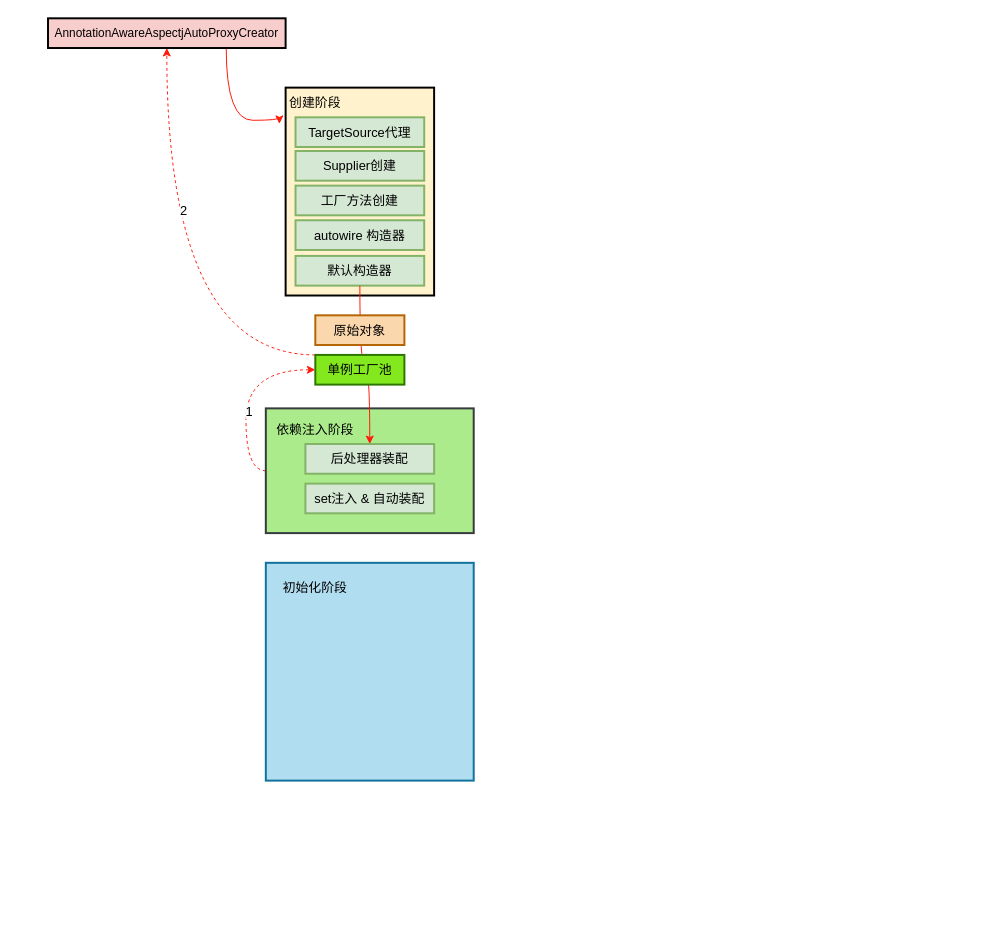
wqif/drawio-folder keeps this draw.io diagram as Spring/Spring Bean生命周期.drawio. Above is the earlier version. Source tidied: cells renumbered, new cells numbered last; positions are measured from the earlier drawing's top-left corner, leaving out a move shared by most shapes. Both pictures are drawn from the tidied source at 99%, with x=0, y=0 at pixel (48, 18).
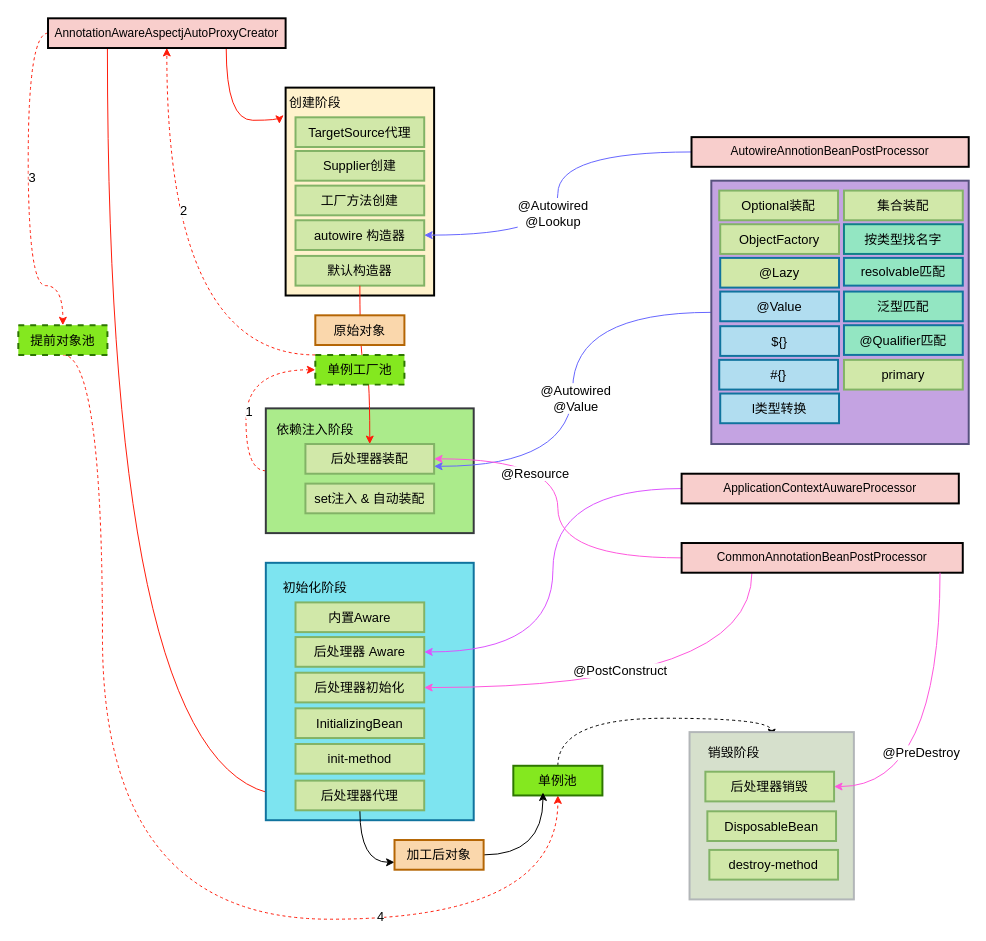
After the change.

Commit message (it also covers changes not shown here):
更新Spring Bean生命周期.drawio

Unchanged cells that the change refers to:
```xml
<mxCell id="7" value="AnnotationAwareAspectjAutoProxyCreator" style="rounded=0;whiteSpace=wrap;html=1;strokeColor=#000000;fillColor=#f8cecc;strokeWidth=2;" parent="1" vertex="1">
  <mxGeometry width="240" height="30" as="geometry" />
</mxCell>
```

The edit, as a diff of the source:
```diff
@@
+    <mxCell id="24" style="edgeStyle=orthogonalEdgeStyle;curved=1;rounded=0;jettySize=auto;html=1;exitX=0;exitY=0.5;exitDx=0;exitDy=0;entryX=0.5;entryY=0;entryDx=0;entryDy=0;dashed=1;strokeColor=#FF1B0A;fontSize=13;fontColor=#000000;" parent="1" edge="1" source="7" target="36">
+      <mxGeometry relative="1" as="geometry">
+        <Array as="points">
+          <mxPoint x="-20" y="15" />
+          <mxPoint x="-20" y="270" />
+          <mxPoint x="15" y="270" />
+        </Array>
+      </mxGeometry>
+    </mxCell>
+    <mxCell id="25" value="3" style="edgeLabel;html=1;align=center;verticalAlign=middle;fontSize=13;fontColor=#000000;" parent="24" vertex="1">
+      <mxGeometry x="-0.06" y="3" relative="1" as="geometry" />
+    </mxCell>
+    <mxCell id="26" style="edgeStyle=orthogonalEdgeStyle;curved=1;rounded=0;jettySize=auto;html=1;exitX=0.25;exitY=1;exitDx=0;exitDy=0;entryX=0;entryY=0.5;entryDx=0;entryDy=0;strokeColor=#FF1B0A;fontSize=13;fontColor=#000000;" parent="1" edge="1" source="7" target="33">
+      <mxGeometry relative="1" as="geometry" />
+    </mxCell>
@@
-    <mxCell id="9" value="&lt;font style=&quot;font-size: 13px;&quot;&gt;TargetSource代理&lt;/font&gt;" style="rounded=0;whiteSpace=wrap;html=1;strokeColor=#82b366;strokeWidth=2;fillColor=#d5e8d4;" parent="1" vertex="1">
+    <mxCell id="9" value="&lt;font style=&quot;font-size: 13px;&quot;&gt;TargetSource代理&lt;/font&gt;" style="rounded=0;whiteSpace=wrap;html=1;strokeColor=#82b366;strokeWidth=2;fillColor=#D1E8A9;" parent="1" vertex="1">
       <mxGeometry x="250" y="100" width="130" height="30" as="geometry" />
     </mxCell>
-    <mxCell id="10" value="&lt;font style=&quot;font-size: 13px;&quot;&gt;Supplier创建&lt;/font&gt;" style="rounded=0;whiteSpace=wrap;html=1;strokeColor=#82b366;strokeWidth=2;fillColor=#d5e8d4;" parent="1" vertex="1">
+    <mxCell id="10" value="&lt;font style=&quot;font-size: 13px;&quot;&gt;Supplier创建&lt;/font&gt;" style="rounded=0;whiteSpace=wrap;html=1;strokeColor=#82b366;strokeWidth=2;fillColor=#D1E8A9;" parent="1" vertex="1">
       <mxGeometry x="250" y="134" width="130" height="30" as="geometry" />
     </mxCell>
-    <mxCell id="11" value="&lt;font style=&quot;font-size: 13px;&quot;&gt;工厂方法创建&lt;/font&gt;" style="rounded=0;whiteSpace=wrap;html=1;strokeColor=#82b366;strokeWidth=2;fillColor=#d5e8d4;" parent="1" vertex="1">
+    <mxCell id="11" value="&lt;font style=&quot;font-size: 13px;&quot;&gt;工厂方法创建&lt;/font&gt;" style="rounded=0;whiteSpace=wrap;html=1;strokeColor=#82b366;strokeWidth=2;fillColor=#D1E8A9;" parent="1" vertex="1">
       <mxGeometry x="250" y="169" width="130" height="30" as="geometry" />
     </mxCell>
-    <mxCell id="12" value="&lt;font style=&quot;font-size: 13px;&quot;&gt;autowire 构造器&lt;/font&gt;" style="rounded=0;whiteSpace=wrap;html=1;strokeColor=#82b366;strokeWidth=2;fillColor=#d5e8d4;" parent="1" vertex="1">
+    <mxCell id="12" value="&lt;font style=&quot;font-size: 13px;&quot;&gt;autowire 构造器&lt;/font&gt;" style="rounded=0;whiteSpace=wrap;html=1;strokeColor=#82b366;strokeWidth=2;fillColor=#D1E8A9;" parent="1" vertex="1">
       <mxGeometry x="250" y="204" width="130" height="30" as="geometry" />
     </mxCell>
-    <mxCell id="13" value="&lt;font style=&quot;font-size: 13px;&quot;&gt;默认构造器&lt;/font&gt;" style="rounded=0;whiteSpace=wrap;html=1;strokeColor=#82b366;strokeWidth=2;fillColor=#d5e8d4;" parent="1" vertex="1">
+    <mxCell id="13" value="&lt;font style=&quot;font-size: 13px;&quot;&gt;默认构造器&lt;/font&gt;" style="rounded=0;whiteSpace=wrap;html=1;strokeColor=#82b366;strokeWidth=2;fillColor=#D1E8A9;" parent="1" vertex="1">
       <mxGeometry x="250" y="240" width="130" height="30" as="geometry" />
     </mxCell>
@@
-    <mxCell id="18" value="&lt;font color=&quot;#000000&quot;&gt;单例工厂池&lt;/font&gt;" style="rounded=0;whiteSpace=wrap;html=1;strokeColor=#2D7600;strokeWidth=2;fontSize=13;fillColor=#84E81F;fontColor=#ffffff;" parent="1" vertex="1">
+    <mxCell id="18" value="&lt;font color=&quot;#000000&quot;&gt;单例工厂池&lt;/font&gt;" style="rounded=0;whiteSpace=wrap;html=1;strokeColor=#2D7600;strokeWidth=2;fontSize=13;fillColor=#84E81F;fontColor=#ffffff;dashed=1;" parent="1" vertex="1">
       <mxGeometry x="270" y="340" width="90" height="30" as="geometry" />
     </mxCell>
@@
-    <mxCell id="20" value="&lt;font style=&quot;font-size: 13px;&quot;&gt;后处理器装配&lt;/font&gt;" style="rounded=0;whiteSpace=wrap;html=1;strokeColor=#82b366;strokeWidth=2;fillColor=#d5e8d4;" parent="1" vertex="1">
+    <mxCell id="20" value="&lt;font style=&quot;font-size: 13px;&quot;&gt;后处理器装配&lt;/font&gt;" style="rounded=0;whiteSpace=wrap;html=1;strokeColor=#82b366;strokeWidth=2;fillColor=#D1E8A9;" parent="1" vertex="1">
       <mxGeometry x="260" y="430" width="130" height="30" as="geometry" />
     </mxCell>
-    <mxCell id="21" value="&lt;font style=&quot;font-size: 13px;&quot;&gt;set注入 &amp;amp; 自动装配&lt;/font&gt;" style="rounded=0;whiteSpace=wrap;html=1;strokeColor=#82b366;strokeWidth=2;fillColor=#d5e8d4;" parent="1" vertex="1">
+    <mxCell id="21" value="&lt;font style=&quot;font-size: 13px;&quot;&gt;set注入 &amp;amp; 自动装配&lt;/font&gt;" style="rounded=0;whiteSpace=wrap;html=1;strokeColor=#82b366;strokeWidth=2;fillColor=#D1E8A9;" parent="1" vertex="1">
       <mxGeometry x="260" y="470" width="130" height="30" as="geometry" />
     </mxCell>
-    <mxCell id="22" style="rounded=0;whiteSpace=wrap;html=1;strokeColor=#10739e;strokeWidth=2;fontSize=13;fillColor=#b1ddf0;" parent="1" vertex="1">
-      <mxGeometry x="220" y="550" width="210" height="220" as="geometry" />
+    <mxCell id="22" style="rounded=0;whiteSpace=wrap;html=1;strokeColor=#10739e;strokeWidth=2;fontSize=13;fillColor=#7DE4F0;" parent="1" vertex="1">
+      <mxGeometry x="220" y="550" width="210" height="260" as="geometry" />
     </mxCell>
@@
+    <mxCell id="27" value="&lt;font style=&quot;font-size: 13px;&quot;&gt;内置Aware&lt;/font&gt;" style="rounded=0;whiteSpace=wrap;html=1;strokeColor=#82b366;strokeWidth=2;fillColor=#D1E8A9;" parent="1" vertex="1">
+      <mxGeometry x="250" y="590" width="130" height="30" as="geometry" />
+    </mxCell>
+    <mxCell id="28" value="&lt;font style=&quot;font-size: 13px;&quot;&gt;后处理器 Aware&lt;/font&gt;" style="rounded=0;whiteSpace=wrap;html=1;strokeColor=#82b366;strokeWidth=2;fillColor=#D1E8A9;" parent="1" vertex="1">
+      <mxGeometry x="250" y="625" width="130" height="30" as="geometry" />
+    </mxCell>
+    <mxCell id="29" value="&lt;font style=&quot;font-size: 13px;&quot;&gt;后处理器初始化&lt;/font&gt;" style="rounded=0;whiteSpace=wrap;html=1;strokeColor=#82b366;strokeWidth=2;fillColor=#D1E8A9;" parent="1" vertex="1">
+      <mxGeometry x="250" y="661" width="130" height="30" as="geometry" />
+    </mxCell>
+    <mxCell id="30" value="&lt;font style=&quot;font-size: 13px;&quot;&gt;InitializingBean&lt;/font&gt;" style="rounded=0;whiteSpace=wrap;html=1;strokeColor=#82b366;strokeWidth=2;fillColor=#D1E8A9;" parent="1" vertex="1">
+      <mxGeometry x="250" y="697" width="130" height="30" as="geometry" />
+    </mxCell>
+    <mxCell id="31" value="&lt;font style=&quot;font-size: 13px;&quot;&gt;init-method&lt;/font&gt;" style="rounded=0;whiteSpace=wrap;html=1;strokeColor=#82b366;strokeWidth=2;fillColor=#D1E8A9;" parent="1" vertex="1">
+      <mxGeometry x="250" y="733" width="130" height="30" as="geometry" />
+    </mxCell>
+    <mxCell id="32" style="edgeStyle=orthogonalEdgeStyle;curved=1;rounded=0;jettySize=auto;html=1;exitX=0.5;exitY=1;exitDx=0;exitDy=0;entryX=0;entryY=0.75;entryDx=0;entryDy=0;strokeColor=#000000;fontSize=13;fontColor=#000000;" parent="1" edge="1" source="33" target="40">
+      <mxGeometry relative="1" as="geometry" />
+    </mxCell>
+    <mxCell id="33" value="&lt;font style=&quot;font-size: 13px;&quot;&gt;后处理器代理&lt;/font&gt;" style="rounded=0;whiteSpace=wrap;html=1;strokeColor=#82b366;strokeWidth=2;fillColor=#D1E8A9;" parent="1" vertex="1">
+      <mxGeometry x="250" y="770" width="130" height="30" as="geometry" />
+    </mxCell>
+    <mxCell id="34" style="edgeStyle=orthogonalEdgeStyle;curved=1;rounded=0;jettySize=auto;html=1;exitX=0.5;exitY=1;exitDx=0;exitDy=0;entryX=0.5;entryY=1;entryDx=0;entryDy=0;dashed=1;strokeColor=#FF1B0A;fontSize=13;fontColor=#000000;" parent="1" edge="1" source="36" target="38">
+      <mxGeometry relative="1" as="geometry">
+        <Array as="points">
+          <mxPoint x="55" y="340" />
+          <mxPoint x="55" y="910" />
+          <mxPoint x="515" y="910" />
+        </Array>
+      </mxGeometry>
+    </mxCell>
+    <mxCell id="35" value="4" style="edgeLabel;html=1;align=center;verticalAlign=middle;fontSize=13;fontColor=#000000;" parent="34" vertex="1">
+      <mxGeometry x="0.49" y="4" relative="1" as="geometry" />
+    </mxCell>
+    <mxCell id="36" value="&lt;font color=&quot;#000000&quot;&gt;提前对象池&lt;/font&gt;" style="rounded=0;whiteSpace=wrap;html=1;strokeColor=#2D7600;strokeWidth=2;fontSize=13;fillColor=#84E81F;fontColor=#ffffff;dashed=1;" parent="1" vertex="1">
+      <mxGeometry x="-30" y="310" width="90" height="30" as="geometry" />
+    </mxCell>
+    <mxCell id="37" style="edgeStyle=orthogonalEdgeStyle;curved=1;rounded=0;jettySize=auto;html=1;exitX=0.5;exitY=0;exitDx=0;exitDy=0;entryX=0.922;entryY=-0.033;entryDx=0;entryDy=0;entryPerimeter=0;strokeColor=#000000;fontSize=13;fontColor=#000000;dashed=1;" parent="1" edge="1" source="38" target="70">
+      <mxGeometry relative="1" as="geometry" />
+    </mxCell>
+    <mxCell id="38" value="&lt;font color=&quot;#000000&quot;&gt;单例池&lt;/font&gt;" style="rounded=0;whiteSpace=wrap;html=1;strokeColor=#2D7600;strokeWidth=2;fontSize=13;fillColor=#84E81F;fontColor=#ffffff;" parent="1" vertex="1">
+      <mxGeometry x="470" y="755" width="90" height="30" as="geometry" />
+    </mxCell>
+    <mxCell id="39" style="edgeStyle=orthogonalEdgeStyle;curved=1;rounded=0;jettySize=auto;html=1;exitX=1;exitY=0.5;exitDx=0;exitDy=0;entryX=0.333;entryY=0.9;entryDx=0;entryDy=0;entryPerimeter=0;strokeColor=#000000;fontSize=13;fontColor=#000000;" parent="1" edge="1" source="40" target="38">
+      <mxGeometry relative="1" as="geometry" />
+    </mxCell>
+    <mxCell id="40" value="加工后对象" style="rounded=0;whiteSpace=wrap;html=1;strokeColor=#b46504;strokeWidth=2;fontSize=13;fillColor=#fad7ac;" parent="1" vertex="1">
+      <mxGeometry x="350" y="830" width="90" height="30" as="geometry" />
+    </mxCell>
+    <mxCell id="41" style="edgeStyle=orthogonalEdgeStyle;curved=1;rounded=0;jettySize=auto;html=1;exitX=0;exitY=0.5;exitDx=0;exitDy=0;entryX=1;entryY=0.5;entryDx=0;entryDy=0;strokeColor=#6666FF;fontSize=13;fontColor=#000000;" parent="1" edge="1" source="43" target="12">
+      <mxGeometry relative="1" as="geometry" />
+    </mxCell>
+    <mxCell id="42" value="@Autowired&lt;br&gt;@Lookup" style="edgeLabel;html=1;align=center;verticalAlign=middle;fontSize=13;fontColor=#000000;" parent="41" vertex="1">
+      <mxGeometry x="0.11" y="-6" relative="1" as="geometry" />
+    </mxCell>
+    <mxCell id="43" value="AutowireAnnotionBeanPostProcessor" style="rounded=0;whiteSpace=wrap;html=1;strokeColor=#000000;fillColor=#f8cecc;strokeWidth=2;" parent="1" vertex="1">
+      <mxGeometry x="650" y="120" width="280" height="30" as="geometry" />
+    </mxCell>
+    <mxCell id="44" style="edgeStyle=orthogonalEdgeStyle;curved=1;rounded=0;jettySize=auto;html=1;entryX=1;entryY=0.75;entryDx=0;entryDy=0;strokeColor=#6666FF;fontSize=13;fontColor=#000000;" parent="1" edge="1" source="47" target="20">
+      <mxGeometry relative="1" as="geometry" />
+    </mxCell>
+    <mxCell id="45" style="edgeLabel;html=1;align=center;verticalAlign=middle;fontSize=13;fontColor=#000000;" parent="44" vertex="1">
+      <mxGeometry x="0.07" y="2" relative="1" as="geometry" />
+    </mxCell>
+    <mxCell id="46" value="@Autowired&lt;br&gt;@Value" style="edgeLabel;html=1;align=center;verticalAlign=middle;fontSize=13;fontColor=#000000;" parent="44" vertex="1">
+      <mxGeometry x="0.04" y="2" relative="1" as="geometry" />
+    </mxCell>
+    <mxCell id="47" style="rounded=0;whiteSpace=wrap;html=1;strokeColor=#56517e;strokeWidth=2;fontSize=13;fillColor=#C4A3E2;" parent="1" vertex="1">
+      <mxGeometry x="670" y="164" width="260" height="266" as="geometry" />
+    </mxCell>
+    <mxCell id="48" value="&lt;font style=&quot;font-size: 13px;&quot;&gt;Optional装配&lt;/font&gt;" style="rounded=0;whiteSpace=wrap;html=1;strokeColor=#82b366;strokeWidth=2;fillColor=#D1E8A9;" parent="1" vertex="1">
+      <mxGeometry x="678" y="174" width="120" height="30" as="geometry" />
+    </mxCell>
+    <mxCell id="49" value="&lt;span style=&quot;font-size: 13px;&quot;&gt;集合装配&lt;/span&gt;" style="rounded=0;whiteSpace=wrap;html=1;strokeColor=#82b366;strokeWidth=2;fillColor=#D1E8A9;" parent="1" vertex="1">
+      <mxGeometry x="804" y="174" width="120" height="30" as="geometry" />
+    </mxCell>
+    <mxCell id="50" value="&lt;font style=&quot;font-size: 13px;&quot;&gt;ObjectFactory&lt;/font&gt;" style="rounded=0;whiteSpace=wrap;html=1;strokeColor=#82b366;strokeWidth=2;fillColor=#D1E8A9;" parent="1" vertex="1">
+      <mxGeometry x="679" y="208" width="120" height="30" as="geometry" />
+    </mxCell>
+    <mxCell id="51" value="&lt;font style=&quot;font-size: 13px;&quot;&gt;按类型找名字&lt;/font&gt;" style="rounded=0;whiteSpace=wrap;html=1;strokeColor=#0e8088;strokeWidth=2;fillColor=#93E6C2;" parent="1" vertex="1">
+      <mxGeometry x="804" y="208" width="120" height="30" as="geometry" />
+    </mxCell>
+    <mxCell id="52" value="&lt;font style=&quot;font-size: 13px;&quot;&gt;@Lazy&lt;/font&gt;" style="rounded=0;whiteSpace=wrap;html=1;strokeColor=#10739e;strokeWidth=2;fillColor=#D1E8A9;" parent="1" vertex="1">
+      <mxGeometry x="679" y="242" width="120" height="30" as="geometry" />
+    </mxCell>
+    <mxCell id="53" value="&lt;font style=&quot;font-size: 13px;&quot;&gt;@Value&lt;/font&gt;" style="rounded=0;whiteSpace=wrap;html=1;strokeColor=#10739e;strokeWidth=2;fillColor=#b1ddf0;" parent="1" vertex="1">
+      <mxGeometry x="679" y="276" width="120" height="30" as="geometry" />
+    </mxCell>
+    <mxCell id="54" value="&lt;font style=&quot;font-size: 13px;&quot;&gt;${}&lt;/font&gt;" style="rounded=0;whiteSpace=wrap;html=1;strokeColor=#10739e;strokeWidth=2;fillColor=#b1ddf0;" parent="1" vertex="1">
+      <mxGeometry x="679" y="311" width="120" height="30" as="geometry" />
+    </mxCell>
+    <mxCell id="55" value="&lt;font style=&quot;font-size: 13px;&quot;&gt;#{}&lt;/font&gt;" style="rounded=0;whiteSpace=wrap;html=1;strokeColor=#10739e;strokeWidth=2;fillColor=#b1ddf0;" parent="1" vertex="1">
+      <mxGeometry x="678" y="345" width="120" height="30" as="geometry" />
+    </mxCell>
+    <mxCell id="56" value="&lt;font style=&quot;font-size: 13px;&quot;&gt;resolvable匹配&lt;/font&gt;" style="rounded=0;whiteSpace=wrap;html=1;strokeColor=#10739e;strokeWidth=2;fillColor=#93E6C2;" parent="1" vertex="1">
+      <mxGeometry x="804" y="242" width="120" height="28" as="geometry" />
+    </mxCell>
+    <mxCell id="57" value="&lt;font style=&quot;font-size: 13px;&quot;&gt;泛型匹配&lt;/font&gt;" style="rounded=0;whiteSpace=wrap;html=1;strokeColor=#10739e;strokeWidth=2;fillColor=#93E6C2;" parent="1" vertex="1">
+      <mxGeometry x="804" y="276" width="120" height="30" as="geometry" />
+    </mxCell>
+    <mxCell id="58" value="&lt;font style=&quot;font-size: 13px;&quot;&gt;@Qualifier匹配&lt;/font&gt;" style="rounded=0;whiteSpace=wrap;html=1;strokeColor=#10739e;strokeWidth=2;fillColor=#93E6C2;" parent="1" vertex="1">
+      <mxGeometry x="804" y="310" width="120" height="30" as="geometry" />
+    </mxCell>
+    <mxCell id="59" value="&lt;font style=&quot;font-size: 13px;&quot;&gt;l类型转换&lt;/font&gt;" style="rounded=0;whiteSpace=wrap;html=1;strokeColor=#10739e;strokeWidth=2;fillColor=#b1ddf0;" parent="1" vertex="1">
+      <mxGeometry x="679" y="379" width="120" height="30" as="geometry" />
+    </mxCell>
+    <mxCell id="60" value="&lt;font style=&quot;font-size: 13px;&quot;&gt;primary&lt;/font&gt;" style="rounded=0;whiteSpace=wrap;html=1;strokeColor=#82b366;strokeWidth=2;fillColor=#D1E8A9;" parent="1" vertex="1">
+      <mxGeometry x="804" y="345" width="120" height="30" as="geometry" />
+    </mxCell>
+    <mxCell id="61" style="edgeStyle=orthogonalEdgeStyle;curved=1;rounded=0;jettySize=auto;html=1;exitX=0;exitY=0.5;exitDx=0;exitDy=0;entryX=1;entryY=0.5;entryDx=0;entryDy=0;strokeColor=#DC52FF;fontSize=13;fontColor=#000000;" parent="1" edge="1" source="62" target="28">
+      <mxGeometry relative="1" as="geometry" />
+    </mxCell>
+    <mxCell id="62" value="ApplicationContextAuwareProcessor" style="rounded=0;whiteSpace=wrap;html=1;strokeColor=#000000;fillColor=#f8cecc;strokeWidth=2;" parent="1" vertex="1">
+      <mxGeometry x="640" y="460" width="280" height="30" as="geometry" />
+    </mxCell>
+    <mxCell id="63" style="edgeStyle=orthogonalEdgeStyle;curved=1;rounded=0;jettySize=auto;html=1;exitX=0;exitY=0.5;exitDx=0;exitDy=0;entryX=1;entryY=0.5;entryDx=0;entryDy=0;strokeColor=#FF57DD;fontSize=13;fontColor=#000000;" parent="1" edge="1" source="68" target="20">
+      <mxGeometry relative="1" as="geometry" />
+    </mxCell>
+    <mxCell id="64" style="edgeLabel;html=1;align=center;verticalAlign=middle;fontSize=13;fontColor=#000000;" parent="63" vertex="1">
+      <mxGeometry x="0.41" y="17" relative="1" as="geometry" />
+    </mxCell>
+    <mxCell id="65" value="@Resource" style="edgeLabel;html=1;align=center;verticalAlign=middle;fontSize=13;fontColor=#000000;" parent="63" vertex="1">
+      <mxGeometry x="0.42" y="14" relative="1" as="geometry" />
+    </mxCell>
+    <mxCell id="66" style="edgeStyle=orthogonalEdgeStyle;curved=1;rounded=0;jettySize=auto;html=1;exitX=0.25;exitY=1;exitDx=0;exitDy=0;entryX=1;entryY=0.5;entryDx=0;entryDy=0;strokeColor=#FF57DD;fontSize=13;fontColor=#000000;" parent="1" edge="1" source="68" target="29">
+      <mxGeometry relative="1" as="geometry" />
+    </mxCell>
+    <mxCell id="67" value="@PostConstruct" style="edgeLabel;html=1;align=center;verticalAlign=middle;fontSize=13;fontColor=#000000;" parent="66" vertex="1">
+      <mxGeometry x="0.12" y="-18" relative="1" as="geometry" />
+    </mxCell>
+    <mxCell id="68" value="CommonAnnotationBeanPostProcessor" style="rounded=0;whiteSpace=wrap;html=1;strokeColor=#000000;fillColor=#f8cecc;strokeWidth=2;" parent="1" vertex="1">
+      <mxGeometry x="640" y="530" width="284" height="30" as="geometry" />
+    </mxCell>
+    <mxCell id="69" style="rounded=0;whiteSpace=wrap;html=1;strokeColor=#B2B6B8;strokeWidth=2;fontSize=13;fillColor=#D6E0CC;" parent="1" vertex="1">
+      <mxGeometry x="648" y="721" width="166" height="169" as="geometry" />
+    </mxCell>
+    <mxCell id="70" value="销毁阶段" style="text;html=1;strokeColor=none;fillColor=none;align=center;verticalAlign=middle;whiteSpace=wrap;rounded=0;strokeWidth=2;fontSize=13;" parent="1" vertex="1">
+      <mxGeometry x="648" y="727" width="90" height="30" as="geometry" />
+    </mxCell>
+    <mxCell id="71" value="&lt;font style=&quot;font-size: 13px;&quot;&gt;后处理器销毁&lt;/font&gt;" style="rounded=0;whiteSpace=wrap;html=1;strokeColor=#82b366;strokeWidth=2;fillColor=#D1E8A9;" parent="1" vertex="1">
+      <mxGeometry x="664" y="761" width="130" height="30" as="geometry" />
+    </mxCell>
+    <mxCell id="72" value="&lt;font style=&quot;font-size: 13px;&quot;&gt;DisposableBean&lt;/font&gt;" style="rounded=0;whiteSpace=wrap;html=1;strokeColor=#82b366;strokeWidth=2;fillColor=#D1E8A9;" parent="1" vertex="1">
+      <mxGeometry x="666" y="801" width="130" height="30" as="geometry" />
+    </mxCell>
+    <mxCell id="73" value="&lt;font style=&quot;font-size: 13px;&quot;&gt;destroy-method&lt;/font&gt;" style="rounded=0;whiteSpace=wrap;html=1;strokeColor=#82b366;strokeWidth=2;fillColor=#D1E8A9;" parent="1" vertex="1">
+      <mxGeometry x="668" y="840" width="130" height="30" as="geometry" />
+    </mxCell>
+    <mxCell id="74" style="edgeStyle=orthogonalEdgeStyle;curved=1;rounded=0;jettySize=auto;html=1;exitX=0.919;exitY=1;exitDx=0;exitDy=0;entryX=1;entryY=0.5;entryDx=0;entryDy=0;strokeColor=#FF57DD;fontSize=13;fontColor=#000000;exitPerimeter=0;" parent="1" edge="1" source="68" target="71">
+      <mxGeometry relative="1" as="geometry" />
+    </mxCell>
+    <mxCell id="75" value="@PreDestroy" style="edgeLabel;html=1;align=center;verticalAlign=middle;fontSize=13;fontColor=#000000;" parent="74" vertex="1">
+      <mxGeometry x="0.12" y="-18" relative="1" as="geometry">
+        <mxPoint x="-1" as="offset" />
+      </mxGeometry>
+    </mxCell>
```
